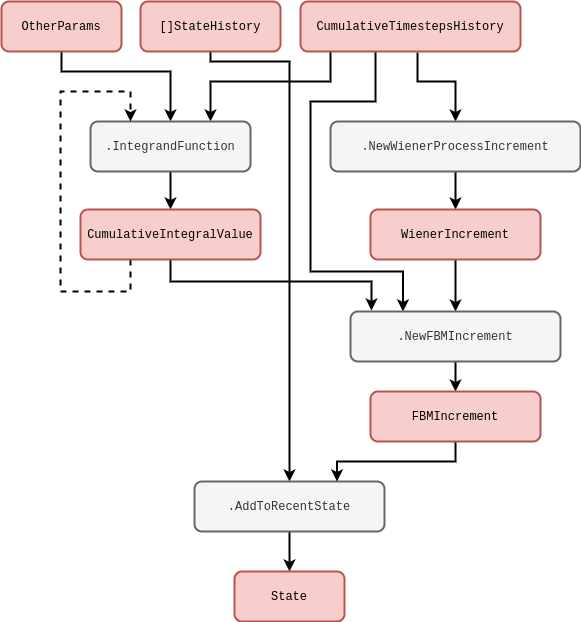
Before: assets/stochadexI/stochadexI-fractional-brownian-motion.drawio.png, a diagram exported from draw.io (umbralcalc/umbralcalc.github.io). Source tidied: cells renumbered, new cells last; positions are measured from the earlier drawing's top-left corner, leaving out a move shared by most shapes.
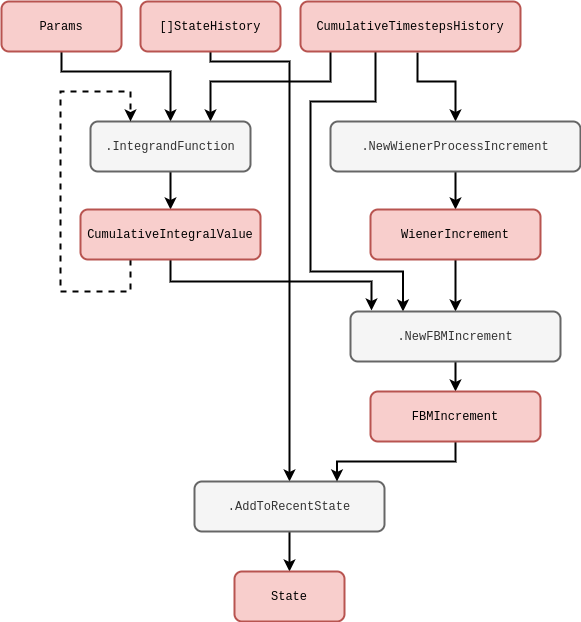
The same file after the commit.

The edit, as a diff of the source:
```diff
@@ -39,7 +39,7 @@
         </Array>
       </mxGeometry>
     </mxCell>
-    <mxCell id="6" value="&lt;font face=&quot;Courier New&quot;&gt;OtherParams&lt;/font&gt;" style="rounded=1;whiteSpace=wrap;html=1;strokeWidth=2;fillColor=#f8cecc;strokeColor=#b85450;" parent="1" vertex="1">
+    <mxCell id="6" value="&lt;font face=&quot;Courier New&quot;&gt;Params&lt;/font&gt;" style="rounded=1;whiteSpace=wrap;html=1;strokeWidth=2;fillColor=#f8cecc;strokeColor=#b85450;" parent="1" vertex="1">
       <mxGeometry width="120" height="50" as="geometry" />
     </mxCell>
     <mxCell id="7" style="edgeStyle=orthogonalEdgeStyle;rounded=0;jettySize=auto;html=1;strokeWidth=2;" parent="1" edge="1" source="8" target="16">
```
